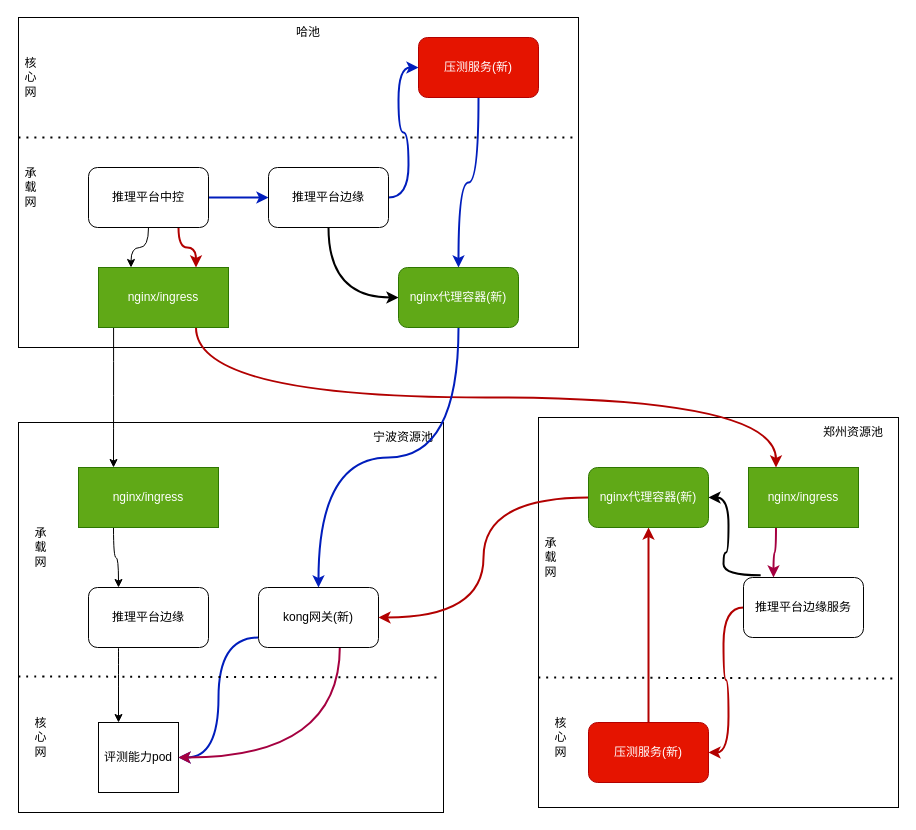
adtxgc/diagrams keeps this draw.io diagram as page "网络部署架构图v2.0" (2 of 2) of 能力评测系统.drawio. Above is the earlier version. Source tidied: cells renumbered, new cells numbered last; positions are measured from the earlier drawing's top-left corner, leaving out a move shared by most shapes. Both pictures are drawn from the tidied source at 100%, with x=0, y=0 at pixel (18, 17).
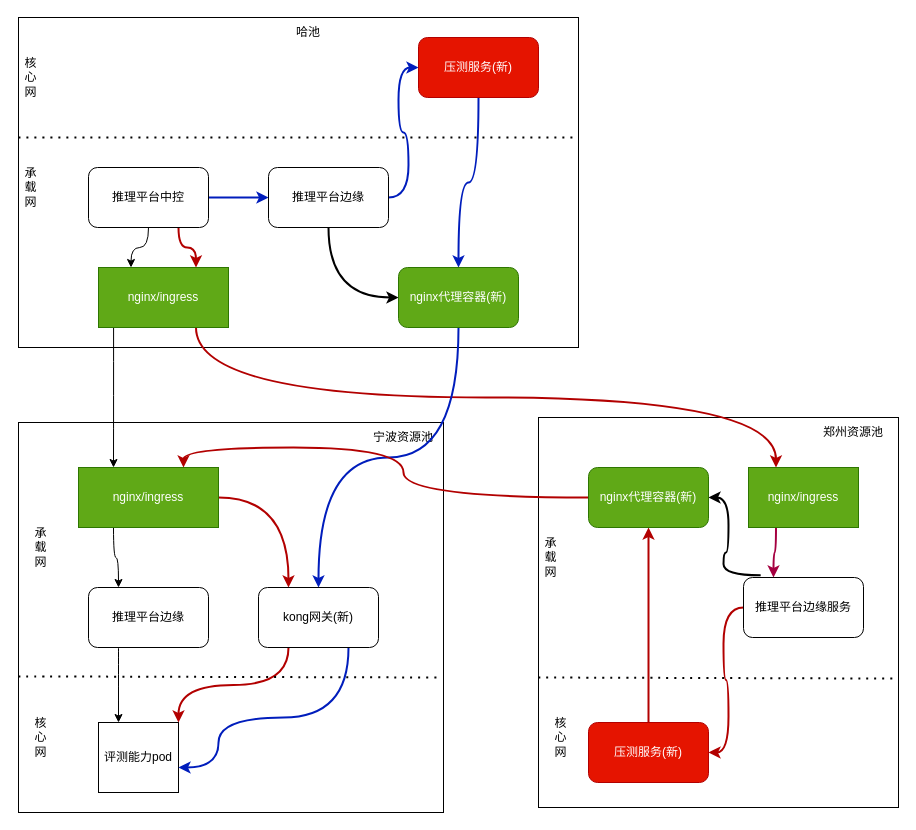
Above is the later version.

Unchanged cells that the change refers to:
```xml
<mxCell id="11" value="评测能力pod" style="rounded=0;whiteSpace=wrap;html=1;" parent="1" vertex="1">
  <mxGeometry x="80" y="705" width="80" height="70" as="geometry" />
</mxCell>
<mxCell id="14" value="kong网关(新)" style="rounded=1;whiteSpace=wrap;html=1;" parent="1" vertex="1">
  <mxGeometry x="240" y="570" width="120" height="60" as="geometry" />
</mxCell>
<mxCell id="16" value="nginx/ingress" style="rounded=0;whiteSpace=wrap;html=1;fillColor=#60a917;fontColor=#ffffff;strokeColor=#2D7600;" parent="1" vertex="1">
  <mxGeometry x="60" y="450" width="140" height="60" as="geometry" />
</mxCell>
<mxCell id="45" value="nginx代理容器(新)" style="rounded=1;whiteSpace=wrap;html=1;fontColor=#ffffff;fillColor=#60a917;strokeColor=#2D7600;" parent="1" vertex="1">
  <mxGeometry x="570" y="450" width="120" height="60" as="geometry" />
</mxCell>
```

What changed in the source:
```diff
@@
-    <mxCell id="12" style="edgeStyle=orthogonalEdgeStyle;curved=1;rounded=0;jettySize=auto;html=1;strokeColor=#001DBC;strokeWidth=2;fillColor=#0050ef;" parent="1" edge="1" source="14" target="11">
+    <mxCell id="12" style="edgeStyle=orthogonalEdgeStyle;curved=1;rounded=0;jettySize=auto;html=1;strokeColor=#001DBC;strokeWidth=2;fillColor=#0050ef;exitX=0.75;exitY=1;exitDx=0;exitDy=0;" parent="1" edge="1" source="14" target="11">
       <mxGeometry relative="1" as="geometry">
         <Array as="points">
-          <mxPoint x="200" y="620" />
+          <mxPoint x="330" y="700" />
+          <mxPoint x="200" y="700" />
+          <mxPoint x="200" y="750" />
         </Array>
       </mxGeometry>
     </mxCell>
-    <mxCell id="13" style="edgeStyle=orthogonalEdgeStyle;curved=1;rounded=0;jettySize=auto;html=1;entryX=1;entryY=0.5;entryDx=0;entryDy=0;strokeColor=#A50040;strokeWidth=2;exitX=0.678;exitY=0.983;exitDx=0;exitDy=0;exitPerimeter=0;fillColor=#d80073;" parent="1" edge="1" source="14" target="11">
+    <mxCell id="13" style="edgeStyle=orthogonalEdgeStyle;curved=1;rounded=0;jettySize=auto;html=1;exitX=0.25;exitY=1;exitDx=0;exitDy=0;entryX=1;entryY=0;entryDx=0;entryDy=0;fillColor=#e51400;strokeColor=#B20000;strokeWidth=2;" parent="1" edge="1" source="14" target="11">
       <mxGeometry relative="1" as="geometry" />
     </mxCell>
@@
+    <mxCell id="48" style="edgeStyle=orthogonalEdgeStyle;curved=1;rounded=0;jettySize=auto;html=1;entryX=0.25;entryY=0;entryDx=0;entryDy=0;fillColor=#e51400;strokeColor=#B20000;strokeWidth=2;" parent="1" edge="1" source="16" target="14">
+      <mxGeometry relative="1" as="geometry" />
+    </mxCell>
@@
-    <mxCell id="44" style="edgeStyle=orthogonalEdgeStyle;curved=1;rounded=0;jettySize=auto;html=1;entryX=1;entryY=0.5;entryDx=0;entryDy=0;strokeColor=#B20000;strokeWidth=2;fontColor=#000000;fillColor=#e51400;" parent="1" edge="1" source="45" target="14">
+    <mxCell id="44" style="edgeStyle=orthogonalEdgeStyle;curved=1;rounded=0;jettySize=auto;html=1;entryX=0.75;entryY=0;entryDx=0;entryDy=0;strokeColor=#B20000;strokeWidth=2;fontColor=#000000;fillColor=#e51400;" parent="1" edge="1" source="45" target="16">
       <mxGeometry relative="1" as="geometry" />
     </mxCell>
```
